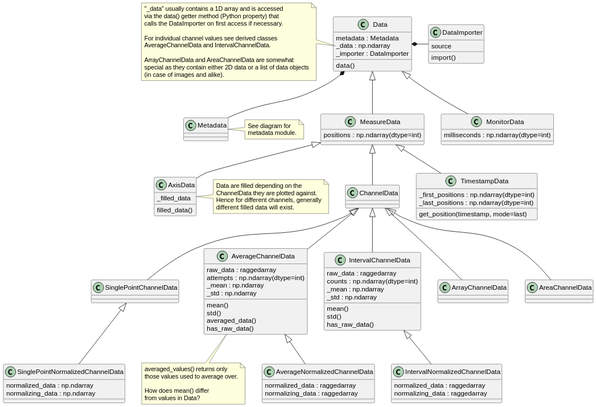
Above: docs/uml/evedata.evefile.data.svg in tillbiskup/evedata (PlantUML), before the change.
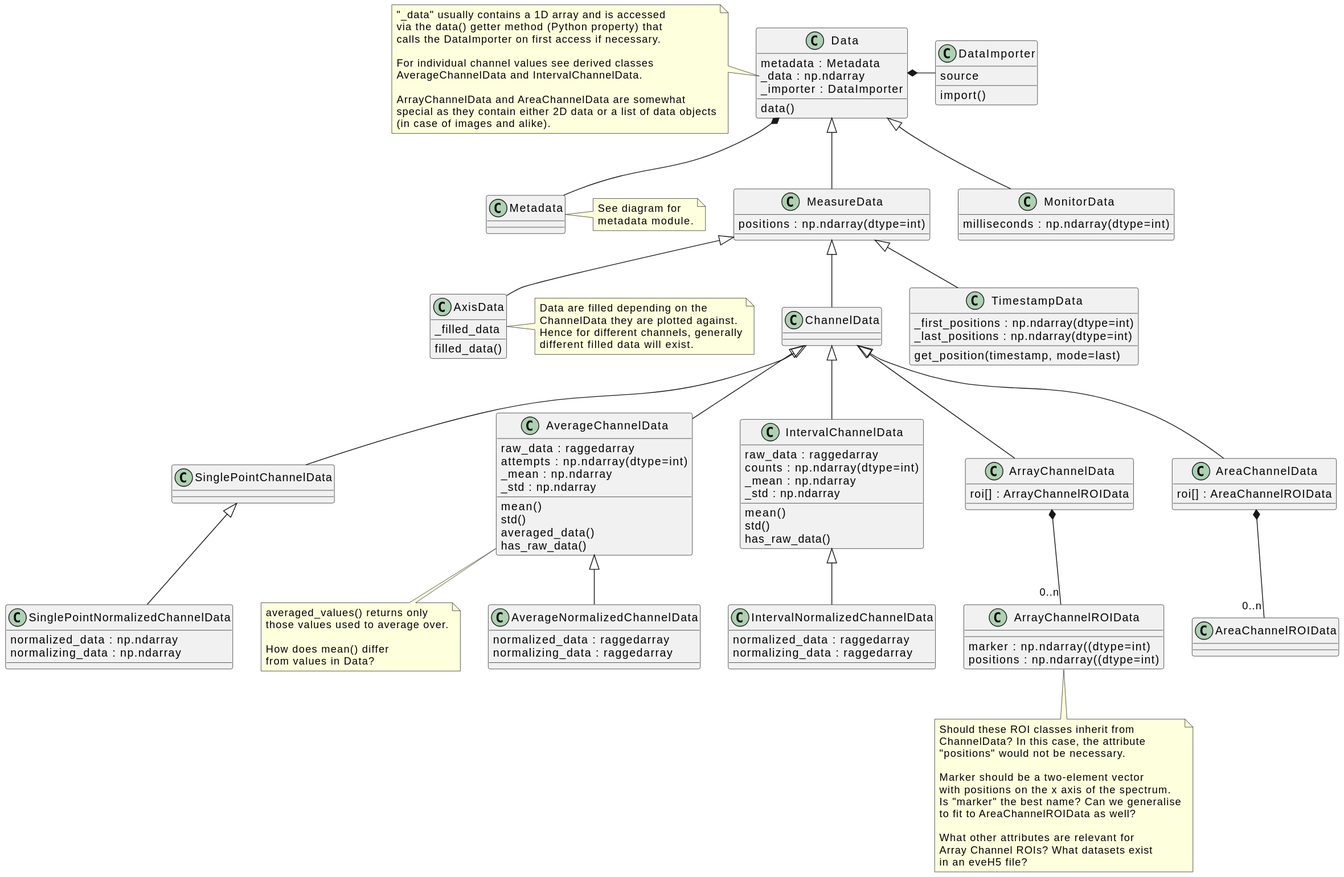
The same diagram one commit later.

Commit message:
Add ROIs to data model; ideas for measurement subpackage

The edit, as a diff of the source:
```diff
@@ -106,8 +106,36 @@
 }
 
 class ArrayChannelData extends ChannelData {
+    roi[] : ArrayChannelROIData
 }
 
+ArrayChannelData *-- "0..n" ArrayChannelROIData
+
+class ArrayChannelROIData {
+    marker : np.ndarray((dtype=int)
+    positions : np.ndarray((dtype=int)
+}
+note bottom of ArrayChannelROIData
+    Should these ROI classes inherit from
+    ChannelData? In this case, the attribute
+    "positions" would not be necessary.
+
+    Marker should be a two-element vector
+    with positions on the x axis of the spectrum.
+    Is "marker" the best name? Can we generalise
+    to fit to AreaChannelROIData as well?
+
+    What other attributes are relevant for
+    Array Channel ROIs? What datasets exist
+    in an eveH5 file?
+endnote
+
 class AreaChannelData extends ChannelData {
+    roi[] : AreaChannelROIData
+}
+
+AreaChannelData *-- "0..n" AreaChannelROIData
+
+class AreaChannelROIData {
 }
 @enduml
```
